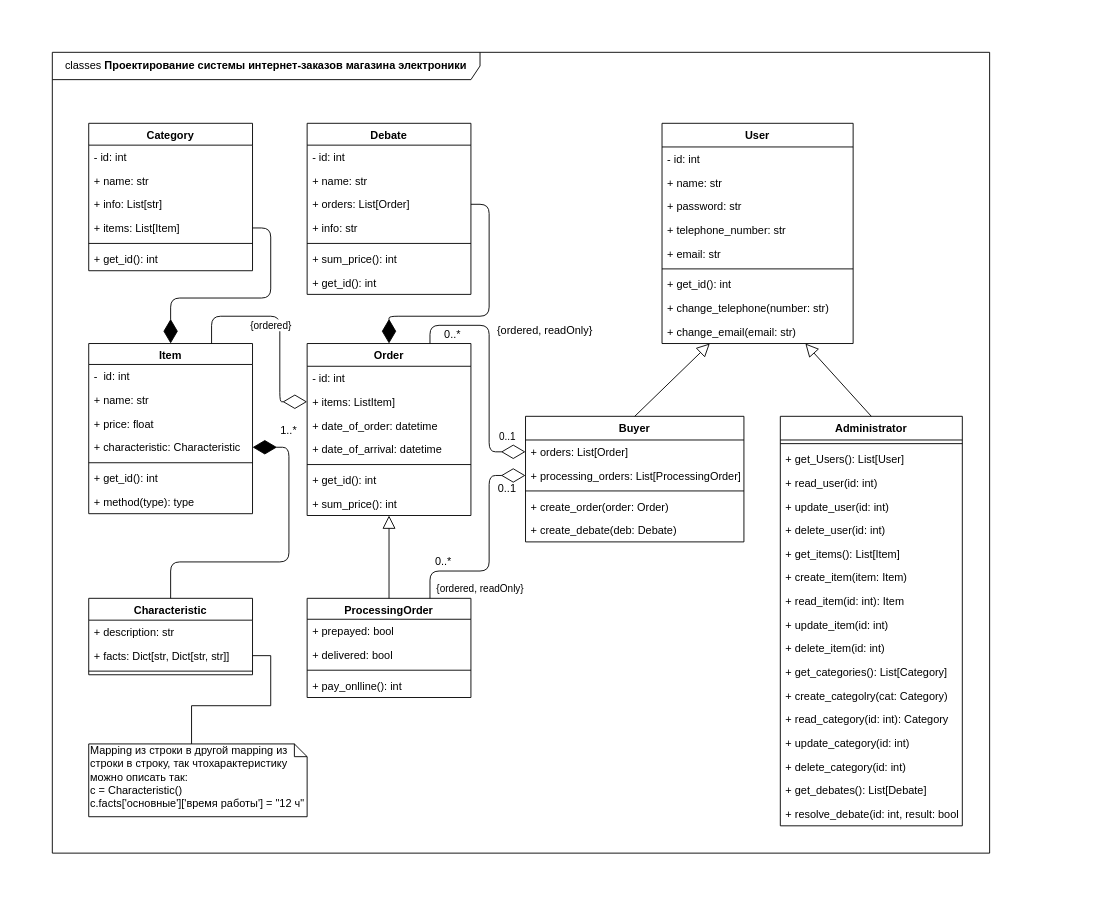
Earlier version of the draw.io diagram classes.drawio (randomunrandom/MSS). Source tidied: cells renumbered, new cells numbered last; positions are measured from the earlier drawing's top-left corner, leaving out a move shared by most shapes. Both pictures are drawn from the tidied source at 91%, with x=0, y=0 at pixel (52, 52).
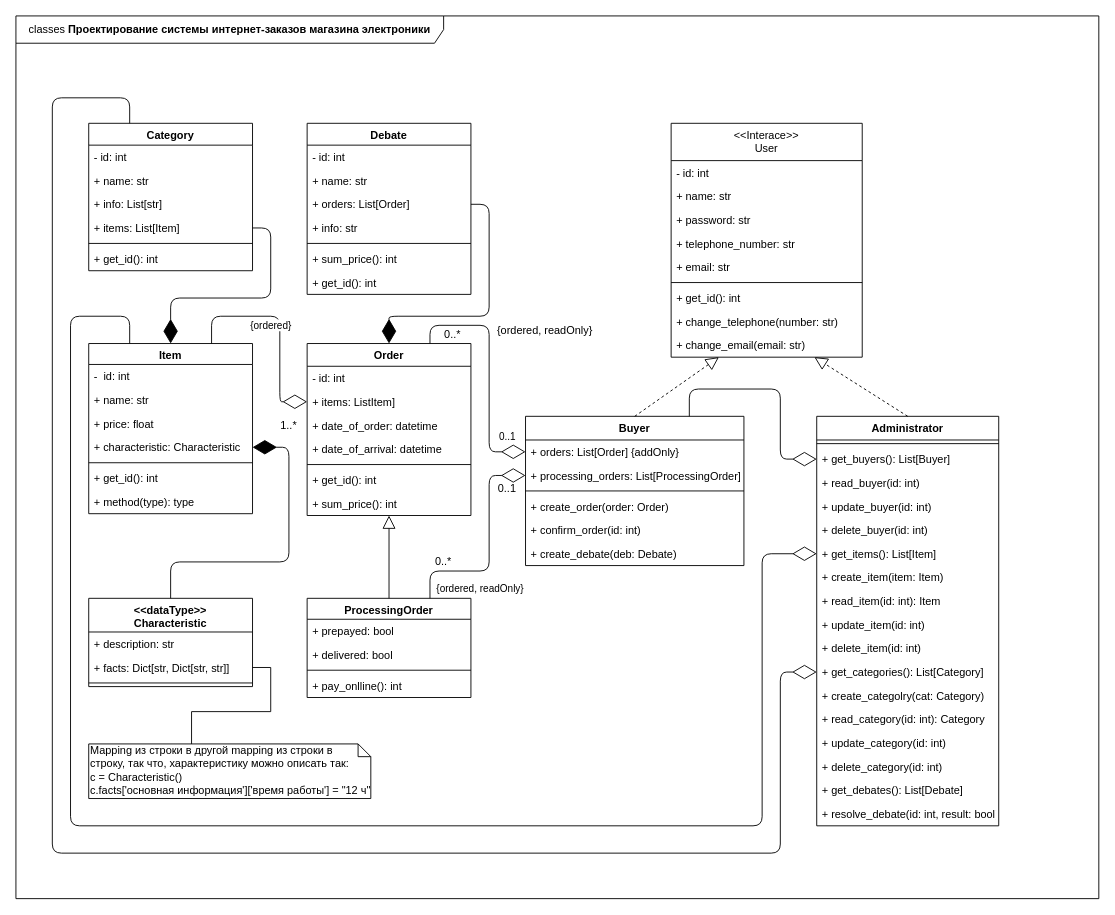
Above is the later version.

Unchanged cells that the change refers to:
```xml
<mxCell id="3" value="Item" style="swimlane;fontStyle=1;align=center;verticalAlign=top;horizontal=1;startSize=23;" parent="1" vertex="1">
  <mxGeometry x="40" y="320" width="180" height="187" as="geometry" />
</mxCell>
<mxCell id="28" value="+ get_items(): List[Item]" style="text;strokeColor=none;fillColor=none;align=left;verticalAlign=top;spacingLeft=4;spacingRight=4;overflow=hidden;points=[[0,0.5],[1,0.5]];portConstraint=eastwest;" parent="22" vertex="1">
  <mxGeometry y="138" width="200" height="26" as="geometry" />
</mxCell>
<mxCell id="33" value="+ get_categories(): List[Category]" style="text;strokeColor=none;fillColor=none;align=left;verticalAlign=top;spacingLeft=4;spacingRight=4;overflow=hidden;points=[[0,0.5],[1,0.5]];portConstraint=eastwest;" parent="22" vertex="1">
  <mxGeometry y="268" width="200" height="26" as="geometry" />
</mxCell>
<mxCell id="62" value="Category" style="swimlane;fontStyle=1;align=center;verticalAlign=top;horizontal=1;startSize=24;" parent="1" vertex="1">
  <mxGeometry x="40" y="78" width="180" height="162" as="geometry" />
</mxCell>
```

What changed in the source:
```diff
@@
     <mxCell id="2" value="classes &lt;b&gt;Проектирование системы интернет-заказов магазина электроники&lt;/b&gt;" style="shape=umlFrame;whiteSpace=wrap;html=1;width=470;height=30;" parent="1" vertex="1">
-      <mxGeometry width="1030" height="880" as="geometry" />
+      <mxGeometry x="-40" y="-40" width="1190" height="970" as="geometry" />
     </mxCell>
@@
     <mxCell id="16" value="Buyer" style="swimlane;fontStyle=1;align=center;verticalAlign=top;horizontal=1;startSize=26;" parent="1" vertex="1">
-      <mxGeometry x="520" y="400" width="240" height="138" as="geometry" />
+      <mxGeometry x="520" y="400" width="240" height="164" as="geometry" />
     </mxCell>
-    <mxCell id="17" value="+ orders: List[Order]" style="text;strokeColor=none;fillColor=none;align=left;verticalAlign=top;spacingLeft=4;spacingRight=4;overflow=hidden;points=[[0,0.5],[1,0.5]];portConstraint=eastwest;" parent="16" vertex="1">
+    <mxCell id="17" value="+ orders: List[Order] {addOnly}" style="text;strokeColor=none;fillColor=none;align=left;verticalAlign=top;spacingLeft=4;spacingRight=4;overflow=hidden;points=[[0,0.5],[1,0.5]];portConstraint=eastwest;" parent="16" vertex="1">
       <mxGeometry y="26" width="240" height="26" as="geometry" />
     </mxCell>
@@
+    <mxCell id="93" value="+ create_order(order: Order)" style="text;strokeColor=none;fillColor=none;align=left;verticalAlign=top;spacingLeft=4;spacingRight=4;overflow=hidden;" parent="16" vertex="1">
+      <mxGeometry y="86" width="240" height="26" as="geometry" />
+    </mxCell>
-    <mxCell id="20" value="+ create_order(order: Order)" style="text;strokeColor=none;fillColor=none;align=left;verticalAlign=top;spacingLeft=4;spacingRight=4;overflow=hidden;" parent="16" vertex="1">
-      <mxGeometry y="86" width="240" height="26" as="geometry" />
+    <mxCell id="20" value="+ confirm_order(id: int)" style="text;strokeColor=none;fillColor=none;align=left;verticalAlign=top;spacingLeft=4;spacingRight=4;overflow=hidden;" parent="16" vertex="1">
+      <mxGeometry y="112" width="240" height="26" as="geometry" />
     </mxCell>
     <mxCell id="21" value="+ create_debate(deb: Debate)" style="text;strokeColor=none;fillColor=none;align=left;verticalAlign=top;spacingLeft=4;spacingRight=4;overflow=hidden;" parent="16" vertex="1">
-      <mxGeometry y="112" width="240" height="26" as="geometry" />
+      <mxGeometry y="138" width="240" height="26" as="geometry" />
     </mxCell>
     <mxCell id="22" value="Administrator" style="swimlane;fontStyle=1;align=center;verticalAlign=top;horizontal=1;startSize=26;" parent="1" vertex="1">
-      <mxGeometry x="800" y="400" width="200" height="450" as="geometry" />
+      <mxGeometry x="840" y="400" width="200" height="450" as="geometry" />
     </mxCell>
@@
-    <mxCell id="24" value="+ get_Users(): List[User]" style="text;strokeColor=none;fillColor=none;align=left;verticalAlign=top;spacingLeft=4;spacingRight=4;overflow=hidden;points=[[0,0.5],[1,0.5]];portConstraint=eastwest;" parent="22" vertex="1">
+    <mxCell id="24" value="+ get_buyers(): List[Buyer]" style="text;strokeColor=none;fillColor=none;align=left;verticalAlign=top;spacingLeft=4;spacingRight=4;overflow=hidden;points=[[0,0.5],[1,0.5]];portConstraint=eastwest;" parent="22" vertex="1">
       <mxGeometry y="34" width="200" height="26" as="geometry" />
     </mxCell>
-    <mxCell id="25" value="+ read_user(id: int)" style="text;strokeColor=none;fillColor=none;align=left;verticalAlign=top;spacingLeft=4;spacingRight=4;overflow=hidden;" parent="22" vertex="1">
+    <mxCell id="25" value="+ read_buyer(id: int)" style="text;strokeColor=none;fillColor=none;align=left;verticalAlign=top;spacingLeft=4;spacingRight=4;overflow=hidden;" parent="22" vertex="1">
       <mxGeometry y="60" width="200" height="26" as="geometry" />
     </mxCell>
-    <mxCell id="26" value="+ update_user(id: int)" style="text;strokeColor=none;fillColor=none;align=left;verticalAlign=top;spacingLeft=4;spacingRight=4;overflow=hidden;" parent="22" vertex="1">
+    <mxCell id="26" value="+ update_buyer(id: int)" style="text;strokeColor=none;fillColor=none;align=left;verticalAlign=top;spacingLeft=4;spacingRight=4;overflow=hidden;" parent="22" vertex="1">
       <mxGeometry y="86" width="200" height="26" as="geometry" />
     </mxCell>
-    <mxCell id="27" value="+ delete_user(id: int)" style="text;strokeColor=none;fillColor=none;align=left;verticalAlign=top;spacingLeft=4;spacingRight=4;overflow=hidden;" parent="22" vertex="1">
+    <mxCell id="27" value="+ delete_buyer(id: int)" style="text;strokeColor=none;fillColor=none;align=left;verticalAlign=top;spacingLeft=4;spacingRight=4;overflow=hidden;" parent="22" vertex="1">
       <mxGeometry y="112" width="200" height="26" as="geometry" />
     </mxCell>
@@
-    <mxCell id="48" value="User" style="swimlane;fontStyle=1;align=center;verticalAlign=top;horizontal=1;startSize=26;" parent="1" vertex="1">
-      <mxGeometry x="670" y="78" width="210" height="242" as="geometry" />
+    <mxCell id="48" value="&lt;&lt;Interace&gt;&gt;&#10;User" style="swimlane;fontStyle=0;align=center;verticalAlign=top;horizontal=1;startSize=41;" parent="1" vertex="1">
+      <mxGeometry x="680" y="78" width="210" height="257" as="geometry" />
     </mxCell>
     <mxCell id="49" value="- id: int" style="text;strokeColor=none;fillColor=none;align=left;verticalAlign=top;spacingLeft=4;spacingRight=4;overflow=hidden;" parent="48" vertex="1">
-      <mxGeometry y="26" width="210" height="26" as="geometry" />
+      <mxGeometry y="41" width="210" height="26" as="geometry" />
     </mxCell>
     <mxCell id="50" value="+ name: str" style="text;strokeColor=none;fillColor=none;align=left;verticalAlign=top;spacingLeft=4;spacingRight=4;overflow=hidden;" parent="48" vertex="1">
-      <mxGeometry y="52" width="210" height="26" as="geometry" />
+      <mxGeometry y="67" width="210" height="26" as="geometry" />
     </mxCell>
     <mxCell id="51" value="+ password: str" style="text;strokeColor=none;fillColor=none;align=left;verticalAlign=top;spacingLeft=4;spacingRight=4;overflow=hidden;" parent="48" vertex="1">
-      <mxGeometry y="78" width="210" height="26" as="geometry" />
+      <mxGeometry y="93" width="210" height="26" as="geometry" />
     </mxCell>
     <mxCell id="52" value="+ telephone_number: str" style="text;strokeColor=none;fillColor=none;align=left;verticalAlign=top;spacingLeft=4;spacingRight=4;overflow=hidden;" parent="48" vertex="1">
-      <mxGeometry y="104" width="210" height="26" as="geometry" />
+      <mxGeometry y="119" width="210" height="26" as="geometry" />
     </mxCell>
     <mxCell id="53" value="+ email: str" style="text;strokeColor=none;fillColor=none;align=left;verticalAlign=top;spacingLeft=4;spacingRight=4;overflow=hidden;" parent="48" vertex="1">
-      <mxGeometry y="130" width="210" height="26" as="geometry" />
+      <mxGeometry y="145" width="210" height="26" as="geometry" />
     </mxCell>
     <mxCell id="54" style="line;strokeWidth=1;fillColor=none;align=left;verticalAlign=middle;spacingTop=-1;spacingLeft=3;spacingRight=3;labelPosition=right;" parent="48" vertex="1">
-      <mxGeometry y="156" width="210" height="8" as="geometry" />
+      <mxGeometry y="171" width="210" height="8" as="geometry" />
     </mxCell>
     <mxCell id="55" value="+ get_id(): int" style="text;strokeColor=none;fillColor=none;align=left;verticalAlign=top;spacingLeft=4;spacingRight=4;overflow=hidden;" parent="48" vertex="1">
-      <mxGeometry y="164" width="210" height="26" as="geometry" />
+      <mxGeometry y="179" width="210" height="26" as="geometry" />
     </mxCell>
     <mxCell id="56" value="+ change_telephone(number: str)" style="text;strokeColor=none;fillColor=none;align=left;verticalAlign=top;spacingLeft=4;spacingRight=4;overflow=hidden;" parent="48" vertex="1">
-      <mxGeometry y="190" width="210" height="26" as="geometry" />
+      <mxGeometry y="205" width="210" height="26" as="geometry" />
     </mxCell>
     <mxCell id="57" value="+ change_email(email: str)" style="text;strokeColor=none;fillColor=none;align=left;verticalAlign=top;spacingLeft=4;spacingRight=4;overflow=hidden;" parent="48" vertex="1">
-      <mxGeometry y="216" width="210" height="26" as="geometry" />
+      <mxGeometry y="231" width="210" height="26" as="geometry" />
     </mxCell>
-    <mxCell id="58" value="Characteristic" style="swimlane;fontStyle=1;align=center;verticalAlign=top;horizontal=1;startSize=24;" parent="1" vertex="1">
-      <mxGeometry x="40" y="600" width="180" height="84" as="geometry" />
+    <mxCell id="58" value="&lt;&lt;dataType&gt;&gt;&#10;Characteristic" style="swimlane;fontStyle=1;align=center;verticalAlign=top;horizontal=1;startSize=37;" parent="1" vertex="1">
+      <mxGeometry x="40" y="600" width="180" height="97" as="geometry" />
     </mxCell>
     <mxCell id="59" value="+ description: str" style="text;strokeColor=none;fillColor=none;align=left;verticalAlign=top;spacingLeft=4;spacingRight=4;overflow=hidden;" parent="58" vertex="1">
-      <mxGeometry y="24" width="180" height="26" as="geometry" />
+      <mxGeometry y="37" width="180" height="26" as="geometry" />
     </mxCell>
     <mxCell id="60" value="+ facts: Dict[str, Dict[str, str]]" style="text;strokeColor=none;fillColor=none;align=left;verticalAlign=top;spacingLeft=4;spacingRight=4;overflow=hidden;points=[[0,0.5],[1,0.5]];portConstraint=eastwest;" parent="58" vertex="1">
-      <mxGeometry y="50" width="180" height="26" as="geometry" />
+      <mxGeometry y="63" width="180" height="26" as="geometry" />
     </mxCell>
     <mxCell id="61" style="line;strokeWidth=1;fillColor=none;align=left;verticalAlign=middle;spacingTop=-1;spacingLeft=3;spacingRight=3;labelPosition=right;" parent="58" vertex="1">
-      <mxGeometry y="76" width="180" height="8" as="geometry" />
+      <mxGeometry y="89" width="180" height="8" as="geometry" />
     </mxCell>
@@
-    <mxCell id="77" value="Mapping из строки в другой mapping из строки в строку, так чтохарактеристику можно описать так:&lt;br&gt;&lt;div&gt;c = Characteristic()&lt;/div&gt;&lt;div&gt;c.facts['основные']['время работы'] = &quot;12 ч&quot;&lt;br&gt;&lt;/div&gt;" style="shape=note;whiteSpace=wrap;html=1;size=14;verticalAlign=top;align=left;spacingTop=-6;" parent="1" vertex="1">
-      <mxGeometry x="40" y="760" width="240" height="80" as="geometry" />
+    <mxCell id="77" value="Mapping из строки в другой mapping из строки в строку, так что, характеристику можно описать так:&lt;br&gt;&lt;div&gt;c = Characteristic()&lt;/div&gt;&lt;div&gt;c.facts['основная информация']['время работы'] = &quot;12 ч&quot;&lt;br&gt;&lt;/div&gt;" style="shape=note;whiteSpace=wrap;html=1;size=14;verticalAlign=top;align=left;spacingTop=-6;" parent="1" vertex="1">
+      <mxGeometry x="40" y="760" width="310" height="60" as="geometry" />
     </mxCell>
@@
-    <mxCell id="79" style="endArrow=block;endFill=0;endSize=12;html=1;exitX=0.5;exitY=0;exitDx=0;exitDy=0;entryX=0.25;entryY=1;entryDx=0;entryDy=0;" parent="1" edge="1" source="16" target="48">
+    <mxCell id="79" style="endArrow=block;endFill=0;endSize=12;html=1;exitX=0.5;exitY=0;exitDx=0;exitDy=0;entryX=0.25;entryY=1;entryDx=0;entryDy=0;dashed=1;" parent="1" edge="1" source="16" target="48">
       <mxGeometry relative="1" as="geometry" />
     </mxCell>
@@
-    <mxCell id="81" style="endArrow=block;endFill=0;endSize=12;html=1;exitX=0.5;exitY=0;exitDx=0;exitDy=0;entryX=0.75;entryY=1;entryDx=0;entryDy=0;" parent="1" edge="1" source="22" target="48">
+    <mxCell id="81" style="endArrow=block;endFill=0;endSize=12;html=1;exitX=0.5;exitY=0;exitDx=0;exitDy=0;entryX=0.75;entryY=1;entryDx=0;entryDy=0;dashed=1;" parent="1" edge="1" source="22" target="48">
       <mxGeometry relative="1" as="geometry" />
     </mxCell>
@@
     <mxCell id="92" value="1..*" style="text;html=1;strokeColor=none;fillColor=none;align=center;verticalAlign=middle;whiteSpace=wrap;rounded=0;" parent="1" vertex="1">
-      <mxGeometry x="240" y="406" width="40" height="20" as="geometry" />
+      <mxGeometry x="240" y="400" width="40" height="20" as="geometry" />
     </mxCell>
+    <mxCell id="94" style="endArrow=diamondThin;endFill=0;endSize=24;html=1;entryX=0;entryY=0.5;entryDx=0;entryDy=0;exitX=0.75;exitY=0;exitDx=0;exitDy=0;" parent="1" edge="1" source="16" target="24">
+      <mxGeometry relative="1" as="geometry">
+        <Array as="points">
+          <mxPoint x="700" y="370" />
+          <mxPoint x="800" y="370" />
+          <mxPoint x="800" y="447" />
+        </Array>
+      </mxGeometry>
+    </mxCell>
+    <mxCell id="95" style="endArrow=diamondThin;endFill=0;endSize=24;html=1;entryX=0;entryY=0.5;entryDx=0;entryDy=0;exitX=0.25;exitY=0;exitDx=0;exitDy=0;" parent="1" edge="1" source="3" target="28">
+      <mxGeometry relative="1" as="geometry">
+        <Array as="points">
+          <mxPoint x="85" y="290" />
+          <mxPoint x="20" y="290" />
+          <mxPoint x="20" y="850" />
+          <mxPoint x="780" y="850" />
+          <mxPoint x="780" y="551" />
+        </Array>
+      </mxGeometry>
+    </mxCell>
+    <mxCell id="96" style="endArrow=diamondThin;endFill=0;endSize=24;html=1;entryX=0;entryY=0.5;entryDx=0;entryDy=0;exitX=0.25;exitY=0;exitDx=0;exitDy=0;" parent="1" edge="1" source="62" target="33">
+      <mxGeometry relative="1" as="geometry">
+        <Array as="points">
+          <mxPoint x="85" y="50" />
+          <mxPoint y="50" />
+          <mxPoint y="880" />
+          <mxPoint x="800" y="880" />
+          <mxPoint x="800" y="681" />
+        </Array>
+      </mxGeometry>
+    </mxCell>
```
